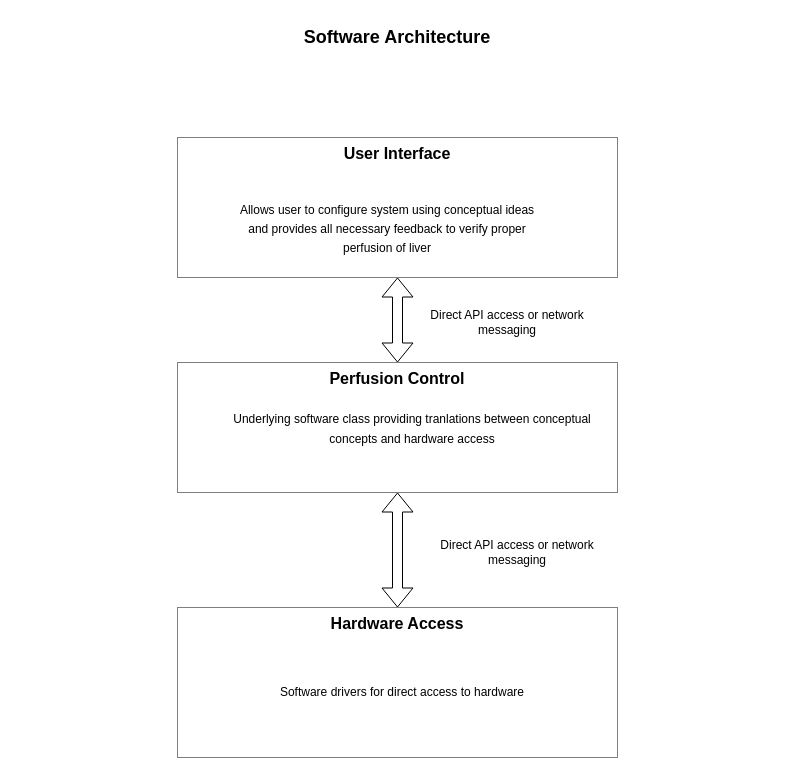
Earlier version of the draw.io diagram page "Software High Level" (3 of 6) of Documentation/LiverPerfusion_ConceptLayout.drawio (CCR-SOP/OpenSourcePerfusionSystem). Source tidied: cells renumbered, new cells numbered last; positions are measured from the earlier drawing's top-left corner, leaving out a move shared by most shapes. Both pictures are drawn from the tidied source at 100%, with x=0, y=0 at pixel (17, 17).
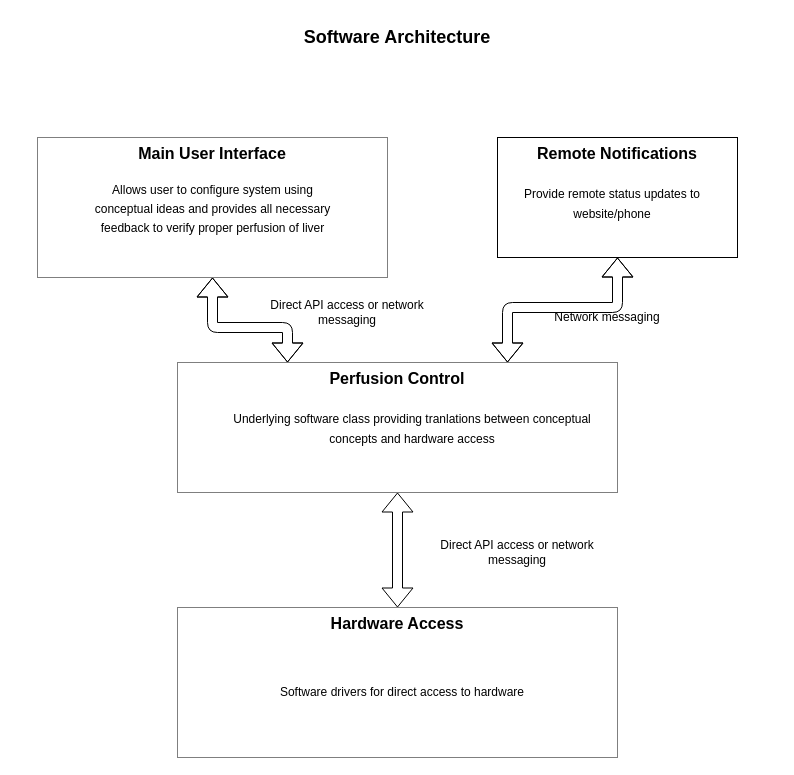
After the change.

Commit message:
In main software architecture, add remote notification component

The change refers to these unchanged cells:
```xml
<mxCell id="3" value="&lt;b&gt;Perfusion Control&lt;/b&gt;" style="rounded=0;whiteSpace=wrap;html=1;labelBackgroundColor=none;fillColor=#FFFFFF;gradientColor=none;fontSize=16;fontColor=#000000;opacity=50;align=center;verticalAlign=top;" parent="1" vertex="1">
  <mxGeometry x="160" y="345" width="440" height="130" as="geometry" />
</mxCell>
```

The edit, as a diff of the source:
```diff
@@
-    <mxCell id="2" value="&lt;b&gt;User Interface&lt;/b&gt;" style="rounded=0;whiteSpace=wrap;html=1;labelBackgroundColor=none;fillColor=#FFFFFF;gradientColor=none;fontSize=16;fontColor=#000000;opacity=50;align=center;horizontal=1;verticalAlign=top;" parent="1" vertex="1">
-      <mxGeometry x="160" y="120" width="440" height="140" as="geometry" />
-    </mxCell>
@@
-    <mxCell id="5" value="&lt;font style=&quot;font-size: 12px&quot;&gt;Allows user to configure system using conceptual ideas and provides all necessary feedback to verify proper perfusion of liver&lt;/font&gt;" style="text;html=1;strokeColor=none;fillColor=none;align=center;verticalAlign=middle;whiteSpace=wrap;rounded=0;labelBackgroundColor=none;fontSize=16;fontColor=#000000;opacity=50;" parent="1" vertex="1">
-      <mxGeometry x="215" y="170" width="310" height="80" as="geometry" />
-    </mxCell>
@@
-    <mxCell id="10" style="shape=flexArrow;endArrow=classic;startArrow=classic;html=1;strokeWidth=1;fontSize=12;fontColor=#000000;entryX=0.5;entryY=1;entryDx=0;entryDy=0;exitX=0.5;exitY=0;exitDx=0;exitDy=0;" parent="1" edge="1" source="3" target="2">
-      <mxGeometry relative="1" as="geometry" />
+    <mxCell id="10" style="shape=flexArrow;endArrow=classic;startArrow=classic;html=1;strokeWidth=1;fontSize=12;fontColor=#000000;entryX=0.5;entryY=1;entryDx=0;entryDy=0;exitX=0.25;exitY=0;exitDx=0;exitDy=0;" parent="1" edge="1" source="3" target="2">
+      <mxGeometry relative="1" as="geometry">
+        <Array as="points">
+          <mxPoint x="270" y="310" />
+          <mxPoint x="195" y="310" />
+        </Array>
+      </mxGeometry>
     </mxCell>
     <mxCell id="11" value="Direct API access or network messaging" style="text;html=1;strokeColor=none;fillColor=none;align=center;verticalAlign=middle;whiteSpace=wrap;rounded=0;labelBackgroundColor=none;fontSize=12;fontColor=#000000;opacity=50;" parent="1" vertex="1">
-      <mxGeometry x="410" y="290" width="160" height="30" as="geometry" />
+      <mxGeometry x="250" y="280" width="160" height="30" as="geometry" />
     </mxCell>
@@
+    <mxCell id="13" style="group;" parent="1" vertex="1">
+      <mxGeometry x="20" y="120" width="350" height="140" as="geometry" />
+    </mxCell>
+    <mxCell id="2" value="&lt;b&gt;Main User Interface&lt;/b&gt;" style="rounded=0;whiteSpace=wrap;html=1;labelBackgroundColor=none;fillColor=#FFFFFF;gradientColor=none;fontSize=16;fontColor=#000000;opacity=50;align=center;horizontal=1;verticalAlign=top;" parent="13" vertex="1">
+      <mxGeometry width="350" height="140" as="geometry" />
+    </mxCell>
+    <mxCell id="5" value="&lt;font style=&quot;font-size: 12px&quot;&gt;Allows user to configure system using conceptual ideas and provides all necessary feedback to verify proper perfusion of liver&lt;/font&gt;" style="text;html=1;strokeColor=none;fillColor=none;align=center;verticalAlign=middle;whiteSpace=wrap;rounded=0;labelBackgroundColor=none;fontSize=16;fontColor=#000000;opacity=50;" parent="13" vertex="1">
+      <mxGeometry x="51.7" y="30" width="246.6" height="80" as="geometry" />
+    </mxCell>
+    <mxCell id="14" style="group;" parent="1" vertex="1">
+      <mxGeometry x="520" y="120" width="240" height="120" as="geometry" />
+    </mxCell>
+    <mxCell id="15" style="group;" parent="14" vertex="1">
+      <mxGeometry x="-40" width="240" height="120" as="geometry" />
+    </mxCell>
+    <mxCell id="16" value="Remote Notifications" style="rounded=0;whiteSpace=wrap;html=1;fontSize=16;fontStyle=1;verticalAlign=top;" parent="15" vertex="1">
+      <mxGeometry width="240" height="120" as="geometry" />
+    </mxCell>
+    <mxCell id="17" value="&lt;font style=&quot;font-size: 12px&quot;&gt;Provide remote status updates to website/phone&lt;/font&gt;" style="text;html=1;strokeColor=none;fillColor=none;align=center;verticalAlign=middle;whiteSpace=wrap;rounded=0;fontSize=16;" parent="15" vertex="1">
+      <mxGeometry x="20" y="40" width="190" height="50" as="geometry" />
+    </mxCell>
+    <mxCell id="18" style="shape=flexArrow;endArrow=classic;startArrow=classic;html=1;strokeWidth=1;fontSize=12;fontColor=#000000;entryX=0.5;entryY=1;entryDx=0;entryDy=0;exitX=0.75;exitY=0;exitDx=0;exitDy=0;" parent="1" edge="1" source="3" target="16">
+      <mxGeometry relative="1" as="geometry">
+        <Array as="points">
+          <mxPoint x="490" y="290" />
+          <mxPoint x="600" y="290" />
+        </Array>
+      </mxGeometry>
+    </mxCell>
+    <mxCell id="19" value="Network messaging" style="text;html=1;strokeColor=none;fillColor=none;align=center;verticalAlign=middle;whiteSpace=wrap;rounded=0;labelBackgroundColor=none;fontSize=12;fontColor=#000000;opacity=50;" parent="1" vertex="1">
+      <mxGeometry x="510" y="290" width="160" height="20" as="geometry" />
+    </mxCell>
```
